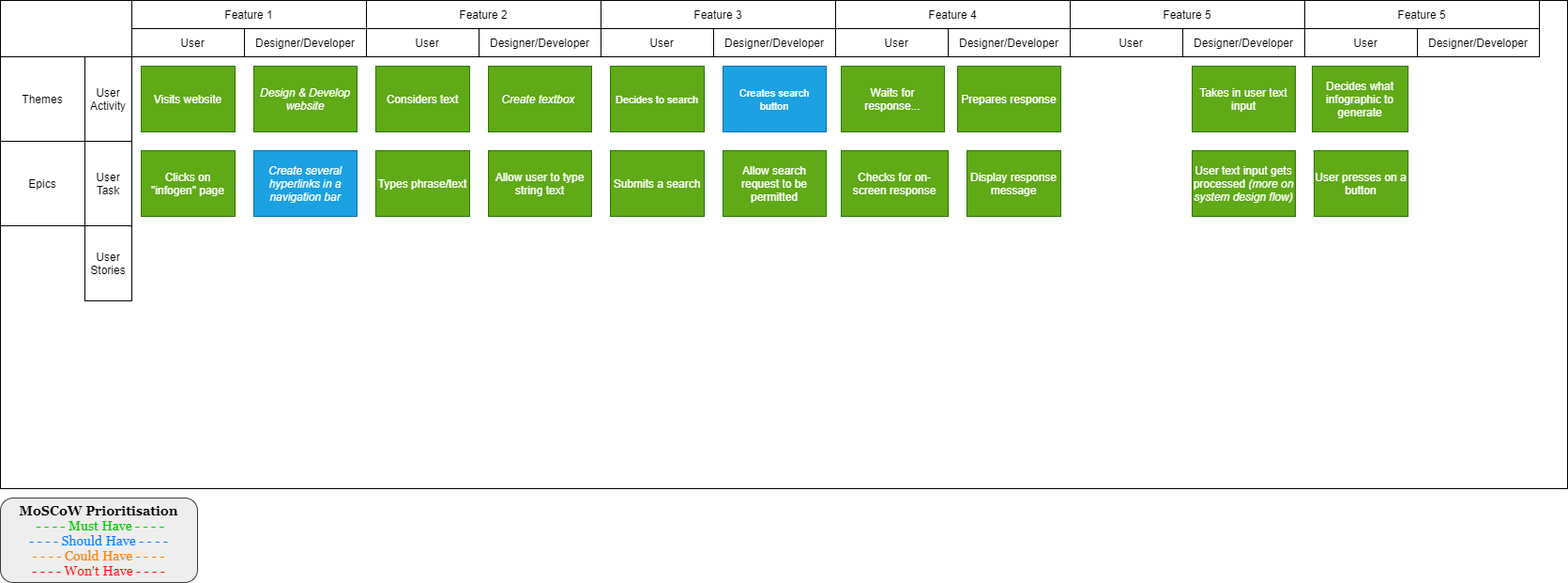
The draw.io diagram Documentation/Design/GIFT-User-Story-Mappings.png in John8790909/Generating-Infographics-from-Text, before a commit. Source tidied: cells renumbered, new cells last; positions are measured from the earlier drawing's top-left corner, leaving out a move shared by most shapes. The source it was exported from:
```xml
<mxGraphModel>
  <root>
    <mxCell id="0" />
    <mxCell id="1" parent="0" />
    <mxCell id="2" value="&lt;br&gt;&lt;br&gt;&lt;br&gt;" style="rounded=0;whiteSpace=wrap;html=1;" parent="1" vertex="1">
      <mxGeometry width="1670" height="520" as="geometry" />
    </mxCell>
    <mxCell id="3" value="User Activity" style="rounded=0;whiteSpace=wrap;html=1;direction=south;" parent="1" vertex="1">
      <mxGeometry x="90" y="60" width="50" height="90" as="geometry" />
    </mxCell>
    <mxCell id="4" value="User Task" style="rounded=0;whiteSpace=wrap;html=1;direction=south;" parent="1" vertex="1">
      <mxGeometry x="90" y="150" width="50" height="90" as="geometry" />
    </mxCell>
    <mxCell id="5" value="Feature 1" style="rounded=0;whiteSpace=wrap;html=1;" parent="1" vertex="1">
      <mxGeometry x="140" width="250" height="30" as="geometry" />
    </mxCell>
    <mxCell id="6" value="Feature 2" style="rounded=0;whiteSpace=wrap;html=1;" parent="1" vertex="1">
      <mxGeometry x="390" width="250" height="30" as="geometry" />
    </mxCell>
    <mxCell id="7" value="Feature 3" style="rounded=0;whiteSpace=wrap;html=1;" parent="1" vertex="1">
      <mxGeometry x="640" width="250" height="30" as="geometry" />
    </mxCell>
    <mxCell id="8" value="Visits website" style="whiteSpace=wrap;html=1;fillColor=#60a917;strokeColor=#2D7600;fontColor=#ffffff;" parent="1" vertex="1">
      <mxGeometry x="150" y="70" width="100" height="70" as="geometry" />
    </mxCell>
    <mxCell id="9" value="Clicks on &quot;infogen&quot; page" style="whiteSpace=wrap;html=1;fillColor=#60a917;strokeColor=#2D7600;fontColor=#ffffff;" parent="1" vertex="1">
      <mxGeometry x="150" y="160" width="100" height="70" as="geometry" />
    </mxCell>
    <mxCell id="10" value="&lt;font face=&quot;Georgia&quot; style=&quot;font-size: 14px&quot;&gt;&lt;b&gt;MoSCoW Prioritisation&lt;br&gt;&lt;/b&gt;&lt;font color=&quot;#00cc00&quot;&gt;&amp;nbsp;- - - - Must Have - - - -&lt;br&gt;&lt;/font&gt;&lt;font color=&quot;#007fff&quot;&gt;- - - - Should Have - - - -&lt;br&gt;&lt;/font&gt;&lt;font color=&quot;#ff8000&quot;&gt;- - - - Could Have - - - -&lt;br&gt;&lt;/font&gt;&lt;font color=&quot;#ff0000&quot;&gt;- - - - Won't Have - - - -&lt;/font&gt;&lt;/font&gt;" style="rounded=1;whiteSpace=wrap;html=1;fillColor=#eeeeee;strokeColor=#36393d;" parent="1" vertex="1">
      <mxGeometry y="530" width="210" height="90" as="geometry" />
    </mxCell>
    <mxCell id="11" value="&lt;i&gt;Design &amp;amp; Develop website&lt;/i&gt;" style="rounded=0;whiteSpace=wrap;html=1;fillColor=#60a917;strokeColor=#2D7600;fontColor=#ffffff;" parent="1" vertex="1">
      <mxGeometry x="270" y="70" width="110" height="70" as="geometry" />
    </mxCell>
    <mxCell id="12" value="&lt;i&gt;Create several hyperlinks in a navigation bar&lt;/i&gt;" style="rounded=0;whiteSpace=wrap;html=1;fillColor=#1ba1e2;strokeColor=#006EAF;fontColor=#ffffff;" parent="1" vertex="1">
      <mxGeometry x="270" y="160" width="110" height="70" as="geometry" />
    </mxCell>
    <mxCell id="13" value="User" style="rounded=0;whiteSpace=wrap;html=1;" parent="1" vertex="1">
      <mxGeometry x="140" y="30" width="130" height="30" as="geometry" />
    </mxCell>
    <mxCell id="14" value="Designer/Developer" style="rounded=0;whiteSpace=wrap;html=1;fontStyle=0;" parent="1" vertex="1">
      <mxGeometry x="260" y="30" width="130" height="30" as="geometry" />
    </mxCell>
    <mxCell id="15" value="Themes" style="rounded=0;whiteSpace=wrap;html=1;" parent="1" vertex="1">
      <mxGeometry y="60" width="90" height="90" as="geometry" />
    </mxCell>
    <mxCell id="16" value="Epics" style="rounded=0;whiteSpace=wrap;html=1;" parent="1" vertex="1">
      <mxGeometry y="150" width="90" height="90" as="geometry" />
    </mxCell>
    <mxCell id="17" value="User Stories" style="rounded=0;whiteSpace=wrap;html=1;" parent="1" vertex="1">
      <mxGeometry x="90" y="240" width="50" height="80" as="geometry" />
    </mxCell>
    <mxCell id="18" value="User" style="rounded=0;whiteSpace=wrap;html=1;" parent="1" vertex="1">
      <mxGeometry x="390" y="30" width="130" height="30" as="geometry" />
    </mxCell>
    <mxCell id="19" value="Designer/Developer" style="rounded=0;whiteSpace=wrap;html=1;" parent="1" vertex="1">
      <mxGeometry x="510" y="30" width="130" height="30" as="geometry" />
    </mxCell>
    <mxCell id="20" value="Considers text" style="rounded=0;whiteSpace=wrap;html=1;fillColor=#60a917;strokeColor=#2D7600;fontColor=#ffffff;" parent="1" vertex="1">
      <mxGeometry x="400" y="70" width="100" height="70" as="geometry" />
    </mxCell>
    <mxCell id="21" value="&lt;i&gt;Create textbox&amp;nbsp;&lt;/i&gt;" style="rounded=0;whiteSpace=wrap;html=1;fillColor=#60a917;strokeColor=#2D7600;fontColor=#ffffff;" parent="1" vertex="1">
      <mxGeometry x="520" y="70" width="110" height="70" as="geometry" />
    </mxCell>
    <mxCell id="22" value="Types phrase/text" style="rounded=0;whiteSpace=wrap;html=1;fillColor=#60a917;strokeColor=#2D7600;fontColor=#ffffff;" parent="1" vertex="1">
      <mxGeometry x="400" y="160" width="100" height="70" as="geometry" />
    </mxCell>
    <mxCell id="23" value="Allow user to type string text" style="rounded=0;whiteSpace=wrap;html=1;fillColor=#60a917;strokeColor=#2D7600;fontColor=#ffffff;" parent="1" vertex="1">
      <mxGeometry x="520" y="160" width="110" height="70" as="geometry" />
    </mxCell>
    <mxCell id="24" value="&lt;font style=&quot;font-size: 11px&quot;&gt;Decides to search&lt;/font&gt;" style="rounded=0;whiteSpace=wrap;html=1;fontColor=#ffffff;fillColor=#60a917;strokeColor=#2D7600;" parent="1" vertex="1">
      <mxGeometry x="650" y="70" width="100" height="70" as="geometry" />
    </mxCell>
    <mxCell id="25" value="User" style="rounded=0;whiteSpace=wrap;html=1;" parent="1" vertex="1">
      <mxGeometry x="640" y="30" width="130" height="30" as="geometry" />
    </mxCell>
    <mxCell id="26" value="Designer/Developer" style="rounded=0;whiteSpace=wrap;html=1;" parent="1" vertex="1">
      <mxGeometry x="760" y="30" width="130" height="30" as="geometry" />
    </mxCell>
    <mxCell id="27" value="&lt;font style=&quot;font-size: 11px&quot;&gt;Creates search button&lt;/font&gt;" style="rounded=0;whiteSpace=wrap;html=1;fontColor=#ffffff;fillColor=#1ba1e2;strokeColor=#006EAF;" parent="1" vertex="1">
      <mxGeometry x="770" y="70" width="110" height="70" as="geometry" />
    </mxCell>
    <mxCell id="28" value="&lt;font&gt;Submits a search&lt;/font&gt;" style="rounded=0;whiteSpace=wrap;html=1;fillColor=#60a917;strokeColor=#2D7600;fontColor=#FFFFFF;" parent="1" vertex="1">
      <mxGeometry x="650" y="160" width="100" height="70" as="geometry" />
    </mxCell>
    <mxCell id="29" value="Allow search request to be permitted" style="rounded=0;whiteSpace=wrap;html=1;fillColor=#60a917;strokeColor=#2D7600;fontColor=#ffffff;" parent="1" vertex="1">
      <mxGeometry x="770" y="160" width="110" height="70" as="geometry" />
    </mxCell>
    <mxCell id="30" value="Feature 4" style="rounded=0;whiteSpace=wrap;html=1;" parent="1" vertex="1">
      <mxGeometry x="890" width="250" height="30" as="geometry" />
    </mxCell>
    <mxCell id="31" value="Waits for response..." style="rounded=0;whiteSpace=wrap;html=1;fillColor=#60a917;strokeColor=#2D7600;labelBackgroundColor=none;fontColor=#FFFFFF;" parent="1" vertex="1">
      <mxGeometry x="896" y="70" width="110" height="70" as="geometry" />
    </mxCell>
    <mxCell id="32" value="User" style="rounded=0;whiteSpace=wrap;html=1;" parent="1" vertex="1">
      <mxGeometry x="890" y="30" width="130" height="30" as="geometry" />
    </mxCell>
    <mxCell id="33" value="Designer/Developer" style="rounded=0;whiteSpace=wrap;html=1;" parent="1" vertex="1">
      <mxGeometry x="1010" y="30" width="130" height="30" as="geometry" />
    </mxCell>
    <mxCell id="34" value="Takes in user text input" style="rounded=0;whiteSpace=wrap;labelBackgroundColor=none;fillColor=#60a917;strokeColor=#2D7600;fontColor=#ffffff;" parent="1" vertex="1">
      <mxGeometry x="1270" y="70" width="110" height="70" as="geometry" />
    </mxCell>
    <mxCell id="35" value="&lt;font&gt;Checks for on-screen response&lt;/font&gt;" style="rounded=0;whiteSpace=wrap;html=1;fillColor=#60a917;strokeColor=#2D7600;fontColor=#FFFFFF;" parent="1" vertex="1">
      <mxGeometry x="896" y="160" width="114" height="70" as="geometry" />
    </mxCell>
    <mxCell id="36" value="&lt;span style=&quot;font-family: &amp;#34;helvetica&amp;#34;&quot;&gt;User text input gets processed&amp;nbsp;&lt;/span&gt;&lt;i style=&quot;font-family: &amp;#34;helvetica&amp;#34;&quot;&gt;(more on system design flow)&lt;/i&gt;" style="rounded=0;whiteSpace=wrap;html=1;labelBackgroundColor=none;fontColor=#ffffff;fillColor=#60a917;strokeColor=#2D7600;" parent="1" vertex="1">
      <mxGeometry x="1270" y="160" width="110" height="70" as="geometry" />
    </mxCell>
    <mxCell id="37" value="Feature 5" style="rounded=0;whiteSpace=wrap;html=1;" parent="1" vertex="1">
      <mxGeometry x="1140" width="250" height="30" as="geometry" />
    </mxCell>
    <mxCell id="38" value="User" style="rounded=0;whiteSpace=wrap;html=1;" parent="1" vertex="1">
      <mxGeometry x="1140" y="30" width="130" height="30" as="geometry" />
    </mxCell>
    <mxCell id="39" value="Designer/Developer" style="rounded=0;whiteSpace=wrap;html=1;" parent="1" vertex="1">
      <mxGeometry x="1260" y="30" width="130" height="30" as="geometry" />
    </mxCell>
    <mxCell id="40" value="Prepares response" style="rounded=0;whiteSpace=wrap;html=1;labelBackgroundColor=none;fontColor=#ffffff;fillColor=#60a917;strokeColor=#2D7600;" parent="1" vertex="1">
      <mxGeometry x="1020" y="70" width="110" height="70" as="geometry" />
    </mxCell>
    <mxCell id="41" value="Display response message" style="rounded=0;whiteSpace=wrap;html=1;labelBackgroundColor=none;fontColor=#ffffff;fillColor=#60a917;strokeColor=#2D7600;" parent="1" vertex="1">
      <mxGeometry x="1030" y="160" width="100" height="70" as="geometry" />
    </mxCell>
    <mxCell id="42" value="Feature 5" style="rounded=0;whiteSpace=wrap;html=1;" parent="1" vertex="1">
      <mxGeometry x="1390" width="250" height="30" as="geometry" />
    </mxCell>
    <mxCell id="43" value="User" style="rounded=0;whiteSpace=wrap;html=1;" parent="1" vertex="1">
      <mxGeometry x="1390" y="30" width="130" height="30" as="geometry" />
    </mxCell>
    <mxCell id="44" value="Designer/Developer" style="rounded=0;whiteSpace=wrap;html=1;" parent="1" vertex="1">
      <mxGeometry x="1510" y="30" width="130" height="30" as="geometry" />
    </mxCell>
    <mxCell id="45" value="Decides what infographic to generate" style="rounded=0;whiteSpace=wrap;html=1;fillColor=#60a917;strokeColor=#2D7600;fontColor=#FFFFFF;" parent="1" vertex="1">
      <mxGeometry x="1398" y="70" width="102" height="70" as="geometry" />
    </mxCell>
    <mxCell id="46" value="&lt;font face=&quot;helvetica&quot;&gt;User presses on a button&lt;/font&gt;" style="rounded=0;whiteSpace=wrap;html=1;labelBackgroundColor=none;fontColor=#ffffff;fillColor=#60a917;strokeColor=#2D7600;" parent="1" vertex="1">
      <mxGeometry x="1400" y="160" width="100" height="70" as="geometry" />
    </mxCell>
  </root>
</mxGraphModel>
```
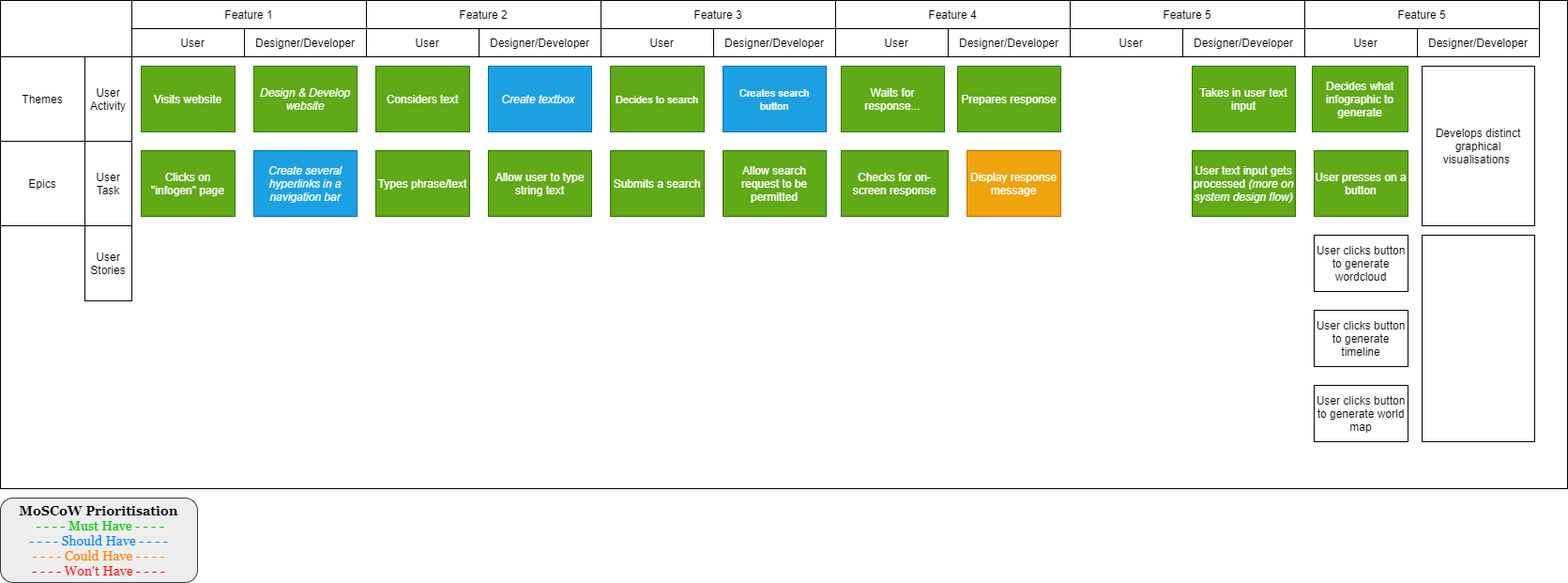
The same diagram one commit later.

The edit, as a diff of the source:
```diff
@@ -59,7 +59,7 @@
     <mxCell id="20" value="Considers text" style="rounded=0;whiteSpace=wrap;html=1;fillColor=#60a917;strokeColor=#2D7600;fontColor=#ffffff;" parent="1" vertex="1">
       <mxGeometry x="400" y="70" width="100" height="70" as="geometry" />
     </mxCell>
-    <mxCell id="21" value="&lt;i&gt;Create textbox&amp;nbsp;&lt;/i&gt;" style="rounded=0;whiteSpace=wrap;html=1;fillColor=#60a917;strokeColor=#2D7600;fontColor=#ffffff;" parent="1" vertex="1">
+    <mxCell id="21" value="&lt;i&gt;Create textbox&amp;nbsp;&lt;/i&gt;" style="rounded=0;whiteSpace=wrap;html=1;fillColor=#1ba1e2;strokeColor=#006EAF;fontColor=#ffffff;" parent="1" vertex="1">
       <mxGeometry x="520" y="70" width="110" height="70" as="geometry" />
     </mxCell>
     <mxCell id="22" value="Types phrase/text" style="rounded=0;whiteSpace=wrap;html=1;fillColor=#60a917;strokeColor=#2D7600;fontColor=#ffffff;" parent="1" vertex="1">
@@ -119,7 +119,7 @@
     <mxCell id="40" value="Prepares response" style="rounded=0;whiteSpace=wrap;html=1;labelBackgroundColor=none;fontColor=#ffffff;fillColor=#60a917;strokeColor=#2D7600;" parent="1" vertex="1">
       <mxGeometry x="1020" y="70" width="110" height="70" as="geometry" />
     </mxCell>
-    <mxCell id="41" value="Display response message" style="rounded=0;whiteSpace=wrap;html=1;labelBackgroundColor=none;fontColor=#ffffff;fillColor=#60a917;strokeColor=#2D7600;" parent="1" vertex="1">
+    <mxCell id="41" value="Display response message" style="rounded=0;whiteSpace=wrap;html=1;labelBackgroundColor=none;fontColor=#ffffff;fillColor=#f0a30a;strokeColor=#BD7000;" parent="1" vertex="1">
       <mxGeometry x="1030" y="160" width="100" height="70" as="geometry" />
     </mxCell>
     <mxCell id="42" value="Feature 5" style="rounded=0;whiteSpace=wrap;html=1;" parent="1" vertex="1">
@@ -137,5 +137,20 @@
     <mxCell id="46" value="&lt;font face=&quot;helvetica&quot;&gt;User presses on a button&lt;/font&gt;" style="rounded=0;whiteSpace=wrap;html=1;labelBackgroundColor=none;fontColor=#ffffff;fillColor=#60a917;strokeColor=#2D7600;" parent="1" vertex="1">
       <mxGeometry x="1400" y="160" width="100" height="70" as="geometry" />
     </mxCell>
+    <mxCell id="47" value="User clicks button to generate timeline" style="rounded=0;whiteSpace=wrap;html=1;labelBackgroundColor=none;fontColor=#000000;" parent="1" vertex="1">
+      <mxGeometry x="1400" y="330" width="100" height="60" as="geometry" />
+    </mxCell>
+    <mxCell id="48" value="User clicks button to generate wordcloud" style="rounded=0;whiteSpace=wrap;html=1;labelBackgroundColor=none;fontColor=#000000;" parent="1" vertex="1">
+      <mxGeometry x="1400" y="250" width="100" height="60" as="geometry" />
+    </mxCell>
+    <mxCell id="49" value="User clicks button to generate world map" style="rounded=0;whiteSpace=wrap;html=1;labelBackgroundColor=none;fontColor=#000000;" parent="1" vertex="1">
+      <mxGeometry x="1400" y="410" width="100" height="60" as="geometry" />
+    </mxCell>
+    <mxCell id="50" value="Develops distinct graphical visualisations&amp;nbsp;" style="rounded=0;whiteSpace=wrap;html=1;labelBackgroundColor=none;fontColor=#000000;" parent="1" vertex="1">
+      <mxGeometry x="1515" y="70" width="120" height="170" as="geometry" />
+    </mxCell>
+    <mxCell id="51" style="rounded=0;whiteSpace=wrap;html=1;labelBackgroundColor=none;fontColor=#000000;" parent="1" vertex="1">
+      <mxGeometry x="1515" y="250" width="120" height="220" as="geometry" />
+    </mxCell>
   </root>
 </mxGraphModel>
```
